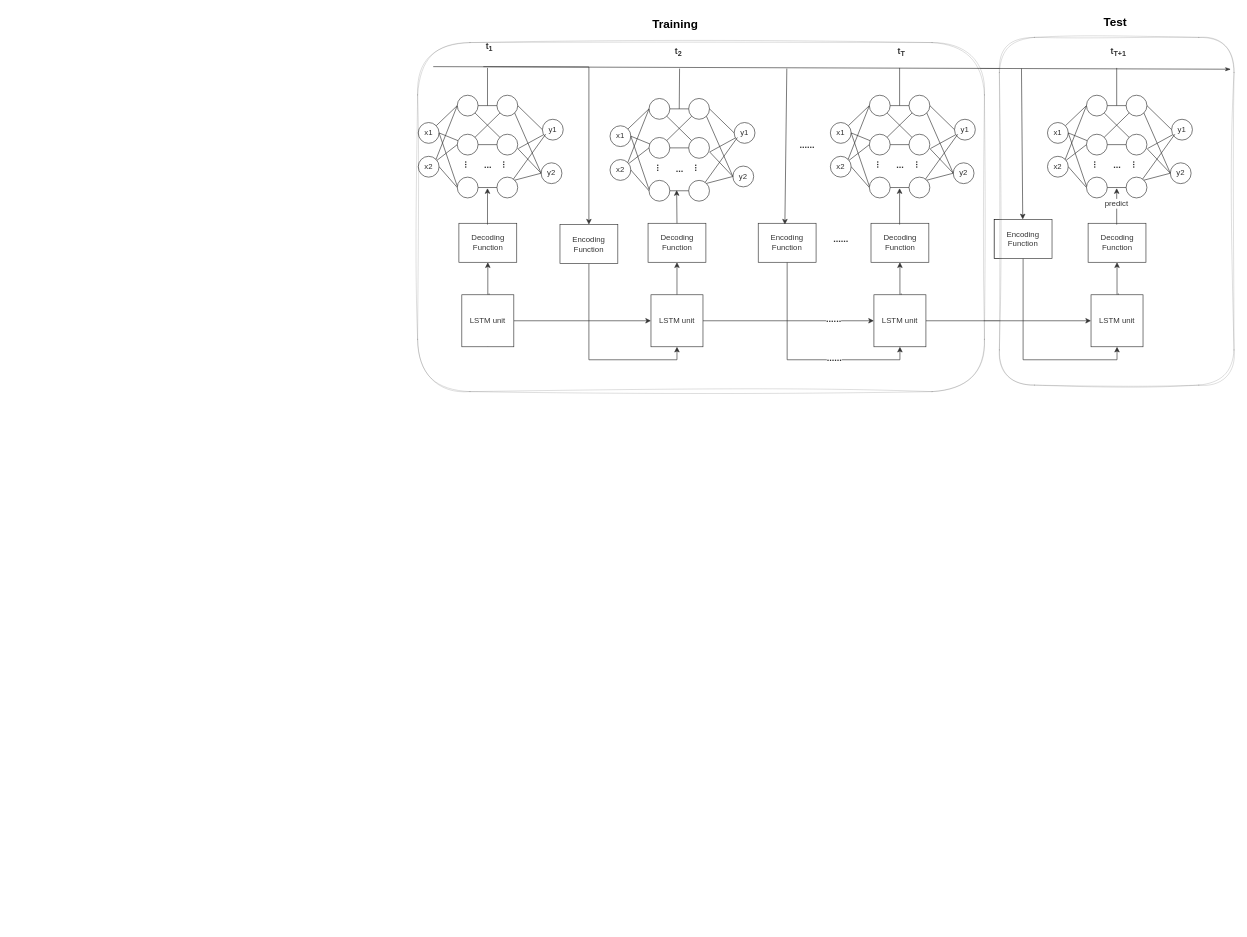
Above: 未命名绘图.drawio in lilang0710/ll (draw.io), before the change. Source tidied: cells renumbered, new cells numbered last; positions are measured from the earlier drawing's top-left corner, leaving out a move shared by most shapes. Both pictures are drawn from the tidied source at 65%, with x=0, y=0 at pixel (417, 11).
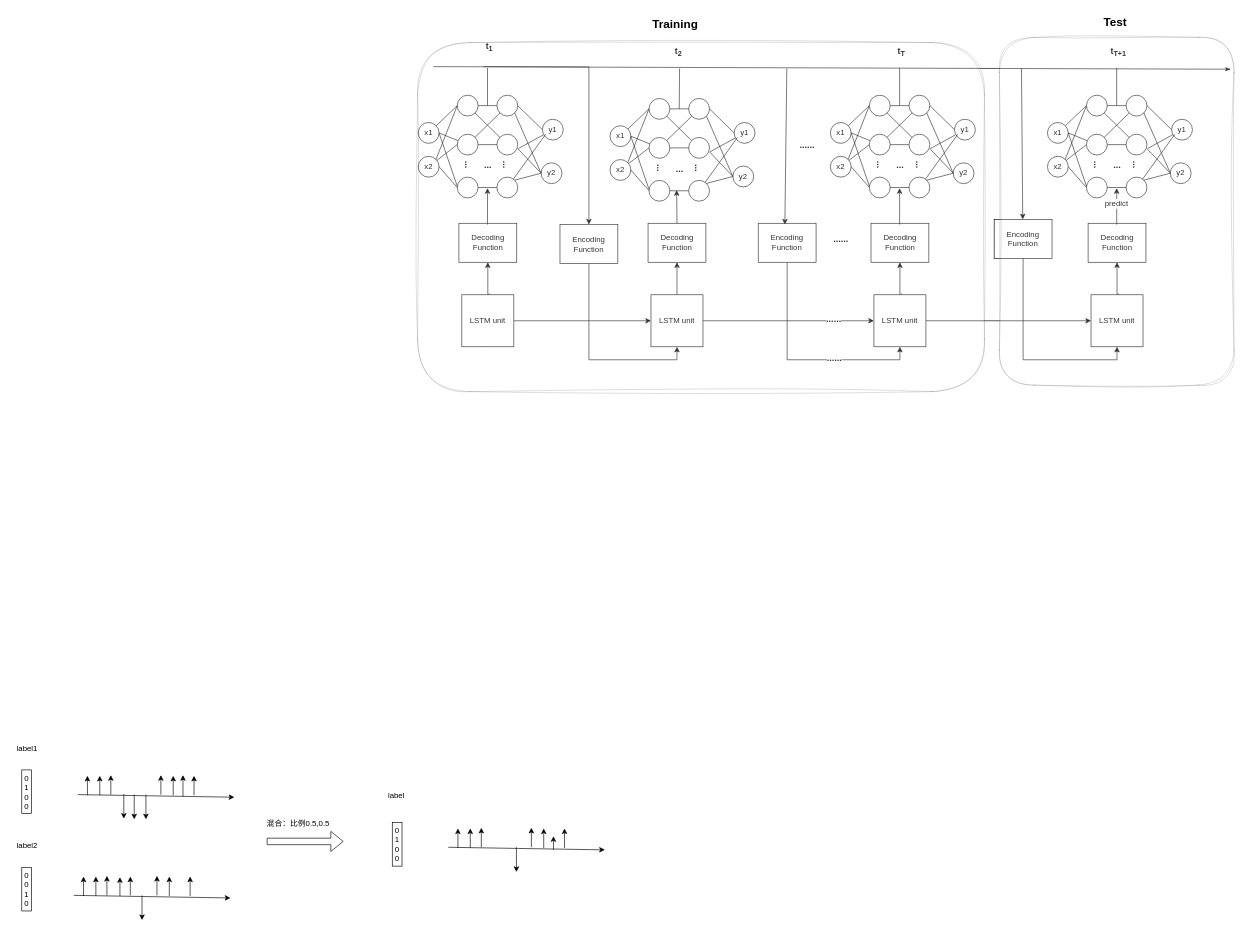
After the change.

Commit message:
更新未命名绘图.drawio

Change to the diagram source:
```diff
@@
+    <mxCell id="171" value="&lt;div&gt;0&lt;/div&gt;&lt;div&gt;1&lt;/div&gt;&lt;div&gt;0&lt;/div&gt;&lt;div&gt;0&lt;br&gt;&lt;/div&gt;" style="rounded=0;whiteSpace=wrap;html=1;" parent="1" vertex="1">
+      <mxGeometry x="-609" y="1167" width="15" height="67" as="geometry" />
+    </mxCell>
+    <mxCell id="172" value="label1" style="text;html=1;align=center;verticalAlign=middle;strokeColor=none;fillColor=none;" parent="1" vertex="1">
+      <mxGeometry x="-625.5" y="1121" width="48" height="26" as="geometry" />
+    </mxCell>
+    <mxCell id="173" value="&lt;div&gt;0&lt;/div&gt;&lt;div&gt;0&lt;br&gt;&lt;/div&gt;&lt;div&gt;1&lt;br&gt;&lt;/div&gt;&lt;div&gt;0&lt;br&gt;&lt;/div&gt;" style="rounded=0;whiteSpace=wrap;html=1;" parent="1" vertex="1">
+      <mxGeometry x="-609" y="1317" width="15" height="67" as="geometry" />
+    </mxCell>
+    <mxCell id="174" value="label2" style="text;html=1;align=center;verticalAlign=middle;strokeColor=none;fillColor=none;" parent="1" vertex="1">
+      <mxGeometry x="-625.5" y="1271" width="48" height="26" as="geometry" />
+    </mxCell>
+    <mxCell id="175" style="endArrow=classic;html=1;rounded=0;" parent="1" edge="1">
+      <mxGeometry relative="1" as="geometry">
+        <mxPoint x="-523" y="1205" as="sourcePoint" />
+        <mxPoint x="-282" y="1209" as="targetPoint" />
+      </mxGeometry>
+    </mxCell>
+    <mxCell id="176" style="endArrow=classic;html=1;rounded=0;" parent="1" edge="1">
+      <mxGeometry relative="1" as="geometry">
+        <mxPoint x="-508" y="1206" as="sourcePoint" />
+        <mxPoint x="-508" y="1176" as="targetPoint" />
+      </mxGeometry>
+    </mxCell>
+    <mxCell id="177" style="endArrow=classic;html=1;rounded=0;" parent="1" edge="1">
+      <mxGeometry relative="1" as="geometry">
+        <mxPoint x="-489" y="1206" as="sourcePoint" />
+        <mxPoint x="-489" y="1176" as="targetPoint" />
+      </mxGeometry>
+    </mxCell>
+    <mxCell id="178" style="endArrow=classic;html=1;rounded=0;" parent="1" edge="1">
+      <mxGeometry relative="1" as="geometry">
+        <mxPoint x="-472" y="1205" as="sourcePoint" />
+        <mxPoint x="-472" y="1175" as="targetPoint" />
+      </mxGeometry>
+    </mxCell>
+    <mxCell id="179" style="endArrow=classic;html=1;rounded=0;" parent="1" edge="1">
+      <mxGeometry relative="1" as="geometry">
+        <mxPoint x="-395" y="1205" as="sourcePoint" />
+        <mxPoint x="-395" y="1175" as="targetPoint" />
+      </mxGeometry>
+    </mxCell>
+    <mxCell id="180" style="endArrow=classic;html=1;rounded=0;" parent="1" edge="1">
+      <mxGeometry relative="1" as="geometry">
+        <mxPoint x="-376" y="1206" as="sourcePoint" />
+        <mxPoint x="-376" y="1176" as="targetPoint" />
+      </mxGeometry>
+    </mxCell>
+    <mxCell id="181" style="endArrow=classic;html=1;rounded=0;" parent="1" edge="1">
+      <mxGeometry relative="1" as="geometry">
+        <mxPoint x="-361" y="1208" as="sourcePoint" />
+        <mxPoint x="-361" y="1175" as="targetPoint" />
+      </mxGeometry>
+    </mxCell>
+    <mxCell id="182" style="endArrow=classic;html=1;rounded=0;" parent="1" edge="1">
+      <mxGeometry relative="1" as="geometry">
+        <mxPoint x="-344" y="1206" as="sourcePoint" />
+        <mxPoint x="-344" y="1176" as="targetPoint" />
+      </mxGeometry>
+    </mxCell>
+    <mxCell id="183" style="endArrow=classic;html=1;rounded=0;" parent="1" edge="1">
+      <mxGeometry relative="1" as="geometry">
+        <mxPoint x="-452" y="1204" as="sourcePoint" />
+        <mxPoint x="-452" y="1242" as="targetPoint" />
+      </mxGeometry>
+    </mxCell>
+    <mxCell id="184" style="endArrow=classic;html=1;rounded=0;" parent="1" edge="1">
+      <mxGeometry relative="1" as="geometry">
+        <mxPoint x="-436" y="1205" as="sourcePoint" />
+        <mxPoint x="-436" y="1243" as="targetPoint" />
+      </mxGeometry>
+    </mxCell>
+    <mxCell id="185" style="endArrow=classic;html=1;rounded=0;" parent="1" edge="1">
+      <mxGeometry relative="1" as="geometry">
+        <mxPoint x="-418" y="1205" as="sourcePoint" />
+        <mxPoint x="-418" y="1243" as="targetPoint" />
+      </mxGeometry>
+    </mxCell>
+    <mxCell id="186" style="endArrow=classic;html=1;rounded=0;" parent="1" edge="1">
+      <mxGeometry relative="1" as="geometry">
+        <mxPoint x="-529" y="1360" as="sourcePoint" />
+        <mxPoint x="-288" y="1364" as="targetPoint" />
+      </mxGeometry>
+    </mxCell>
+    <mxCell id="187" style="endArrow=classic;html=1;rounded=0;" parent="1" edge="1">
+      <mxGeometry relative="1" as="geometry">
+        <mxPoint x="-514" y="1361" as="sourcePoint" />
+        <mxPoint x="-514" y="1331" as="targetPoint" />
+      </mxGeometry>
+    </mxCell>
+    <mxCell id="188" style="endArrow=classic;html=1;rounded=0;" parent="1" edge="1">
+      <mxGeometry relative="1" as="geometry">
+        <mxPoint x="-495" y="1361" as="sourcePoint" />
+        <mxPoint x="-495" y="1331" as="targetPoint" />
+      </mxGeometry>
+    </mxCell>
+    <mxCell id="189" style="endArrow=classic;html=1;rounded=0;" parent="1" edge="1">
+      <mxGeometry relative="1" as="geometry">
+        <mxPoint x="-478" y="1360" as="sourcePoint" />
+        <mxPoint x="-478" y="1330" as="targetPoint" />
+      </mxGeometry>
+    </mxCell>
+    <mxCell id="190" style="endArrow=classic;html=1;rounded=0;" parent="1" edge="1">
+      <mxGeometry relative="1" as="geometry">
+        <mxPoint x="-401" y="1360" as="sourcePoint" />
+        <mxPoint x="-401" y="1330" as="targetPoint" />
+      </mxGeometry>
+    </mxCell>
+    <mxCell id="191" style="endArrow=classic;html=1;rounded=0;" parent="1" edge="1">
+      <mxGeometry relative="1" as="geometry">
+        <mxPoint x="-382" y="1361" as="sourcePoint" />
+        <mxPoint x="-382" y="1331" as="targetPoint" />
+      </mxGeometry>
+    </mxCell>
+    <mxCell id="192" style="endArrow=classic;html=1;rounded=0;" parent="1" edge="1">
+      <mxGeometry relative="1" as="geometry">
+        <mxPoint x="-350" y="1361" as="sourcePoint" />
+        <mxPoint x="-350" y="1331" as="targetPoint" />
+      </mxGeometry>
+    </mxCell>
+    <mxCell id="193" style="endArrow=classic;html=1;rounded=0;" parent="1" edge="1">
+      <mxGeometry relative="1" as="geometry">
+        <mxPoint x="-458" y="1361" as="sourcePoint" />
+        <mxPoint x="-458" y="1332" as="targetPoint" />
+      </mxGeometry>
+    </mxCell>
+    <mxCell id="194" style="endArrow=classic;html=1;rounded=0;" parent="1" edge="1">
+      <mxGeometry relative="1" as="geometry">
+        <mxPoint x="-442" y="1360" as="sourcePoint" />
+        <mxPoint x="-442" y="1331" as="targetPoint" />
+      </mxGeometry>
+    </mxCell>
+    <mxCell id="195" style="endArrow=classic;html=1;rounded=0;" parent="1" edge="1">
+      <mxGeometry relative="1" as="geometry">
+        <mxPoint x="-424" y="1360" as="sourcePoint" />
+        <mxPoint x="-424" y="1398" as="targetPoint" />
+      </mxGeometry>
+    </mxCell>
+    <mxCell id="196" style="shape=flexArrow;endArrow=classic;html=1;rounded=0;" parent="1" edge="1">
+      <mxGeometry relative="1" as="geometry">
+        <mxPoint x="-232" y="1277" as="sourcePoint" />
+        <mxPoint x="-114" y="1277" as="targetPoint" />
+      </mxGeometry>
+    </mxCell>
+    <mxCell id="197" value="混合：比例0.5,0.5" style="text;html=1;align=center;verticalAlign=middle;strokeColor=none;fillColor=none;" parent="1" vertex="1">
+      <mxGeometry x="-241" y="1236" width="113" height="26" as="geometry" />
+    </mxCell>
+    <mxCell id="198" value="&lt;div&gt;0&lt;/div&gt;&lt;div&gt;1&lt;/div&gt;&lt;div&gt;0&lt;/div&gt;&lt;div&gt;0&lt;br&gt;&lt;/div&gt;" style="rounded=0;whiteSpace=wrap;html=1;" parent="1" vertex="1">
+      <mxGeometry x="-39" y="1248" width="15" height="67" as="geometry" />
+    </mxCell>
+    <mxCell id="199" style="endArrow=classic;html=1;rounded=0;" parent="1" edge="1">
+      <mxGeometry relative="1" as="geometry">
+        <mxPoint x="47" y="1286" as="sourcePoint" />
+        <mxPoint x="288" y="1290" as="targetPoint" />
+      </mxGeometry>
+    </mxCell>
+    <mxCell id="200" style="endArrow=classic;html=1;rounded=0;" parent="1" edge="1">
+      <mxGeometry relative="1" as="geometry">
+        <mxPoint x="62" y="1287" as="sourcePoint" />
+        <mxPoint x="62" y="1257" as="targetPoint" />
+      </mxGeometry>
+    </mxCell>
+    <mxCell id="201" style="endArrow=classic;html=1;rounded=0;" parent="1" edge="1">
+      <mxGeometry relative="1" as="geometry">
+        <mxPoint x="81" y="1287" as="sourcePoint" />
+        <mxPoint x="81" y="1257" as="targetPoint" />
+      </mxGeometry>
+    </mxCell>
+    <mxCell id="202" style="endArrow=classic;html=1;rounded=0;" parent="1" edge="1">
+      <mxGeometry relative="1" as="geometry">
+        <mxPoint x="98" y="1286" as="sourcePoint" />
+        <mxPoint x="98" y="1256" as="targetPoint" />
+      </mxGeometry>
+    </mxCell>
+    <mxCell id="203" style="endArrow=classic;html=1;rounded=0;" parent="1" edge="1">
+      <mxGeometry relative="1" as="geometry">
+        <mxPoint x="175" y="1286" as="sourcePoint" />
+        <mxPoint x="175" y="1256" as="targetPoint" />
+      </mxGeometry>
+    </mxCell>
+    <mxCell id="204" style="endArrow=classic;html=1;rounded=0;" parent="1" edge="1">
+      <mxGeometry relative="1" as="geometry">
+        <mxPoint x="194" y="1287" as="sourcePoint" />
+        <mxPoint x="194" y="1257" as="targetPoint" />
+      </mxGeometry>
+    </mxCell>
+    <mxCell id="205" style="endArrow=classic;html=1;rounded=0;" parent="1" edge="1">
+      <mxGeometry relative="1" as="geometry">
+        <mxPoint x="209" y="1290" as="sourcePoint" />
+        <mxPoint x="209" y="1269" as="targetPoint" />
+      </mxGeometry>
+    </mxCell>
+    <mxCell id="206" style="endArrow=classic;html=1;rounded=0;" parent="1" edge="1">
+      <mxGeometry relative="1" as="geometry">
+        <mxPoint x="226" y="1287" as="sourcePoint" />
+        <mxPoint x="226" y="1257" as="targetPoint" />
+      </mxGeometry>
+    </mxCell>
+    <mxCell id="207" style="endArrow=classic;html=1;rounded=0;" parent="1" edge="1">
+      <mxGeometry relative="1" as="geometry">
+        <mxPoint x="152" y="1286" as="sourcePoint" />
+        <mxPoint x="152" y="1324" as="targetPoint" />
+      </mxGeometry>
+    </mxCell>
+    <mxCell id="208" value="label" style="text;html=1;align=center;verticalAlign=middle;strokeColor=none;fillColor=none;" parent="1" vertex="1">
+      <mxGeometry x="-54" y="1194" width="42" height="26" as="geometry" />
+    </mxCell>
```
